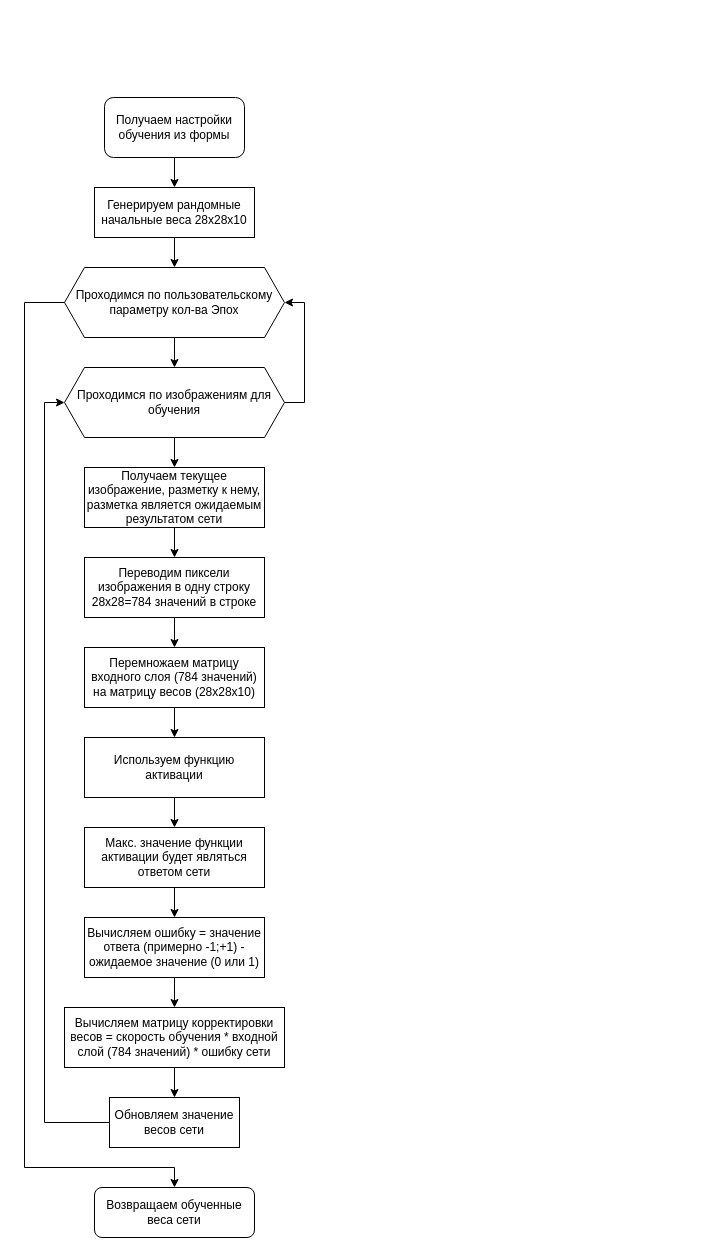
BouRHooD/mpu_224-322_intelligent_systems_design keeps this draw.io diagram as L3/_other/L3_Learn.drawio. Above is the earlier version. Source tidied: cells renumbered, new cells numbered last; positions are measured from the earlier drawing's top-left corner, leaving out a move shared by most shapes. Both pictures are drawn from the tidied source at 100%, with x=0, y=0 at pixel (24, 97).
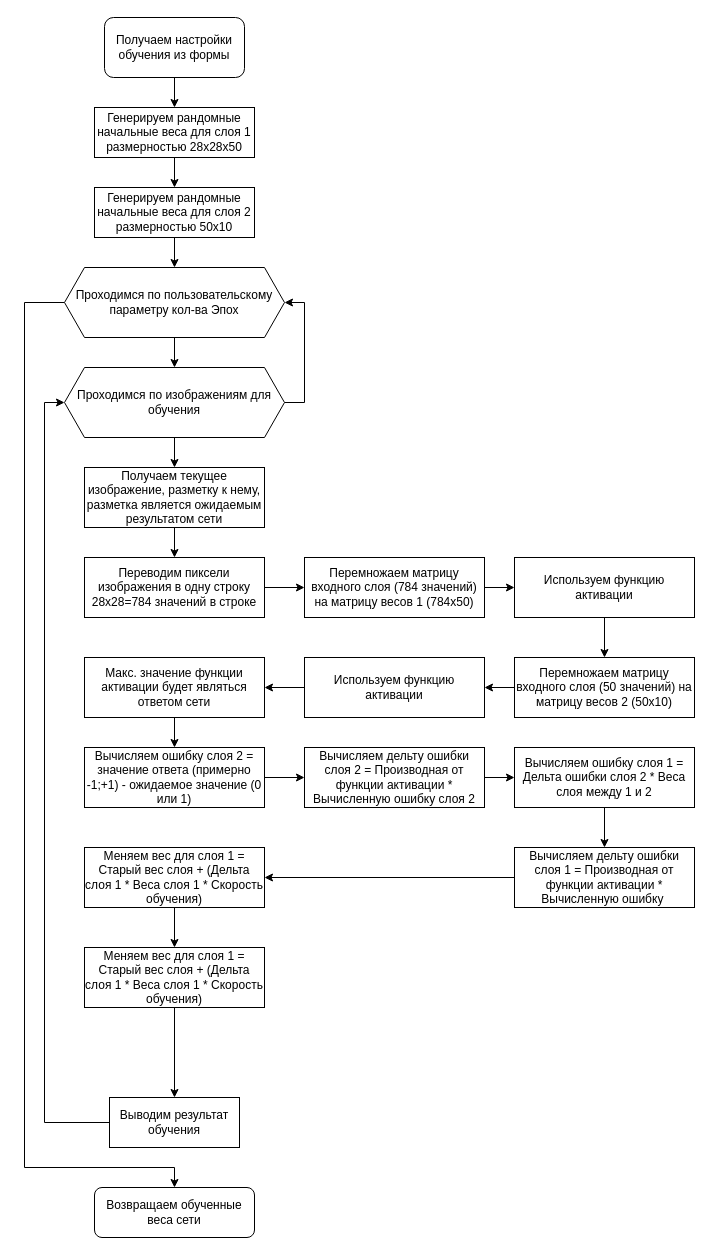
Above is the later version.

The change refers to these unchanged cells:
```xml
<mxCell id="8" value="Проходимся по пользовательскому параметру кол-ва Эпох" style="shape=hexagon;perimeter=hexagonPerimeter2;whiteSpace=wrap;html=1;fixedSize=1;" parent="1" vertex="1">
  <mxGeometry x="40" y="170" width="220" height="70" as="geometry" />
</mxCell>
<mxCell id="15" value="Переводим пиксели изображения в одну строку 28х28=784 значений в строке" style="rounded=0;whiteSpace=wrap;html=1;" parent="1" vertex="1">
  <mxGeometry x="60" y="460" width="180" height="60" as="geometry" />
</mxCell>
```

Diff of the diagram source:
```diff
@@
     <mxCell id="3" value="Получаем настройки обучения из формы" style="rounded=1;whiteSpace=wrap;html=1;" parent="1" vertex="1">
-      <mxGeometry x="80" width="140" height="60" as="geometry" />
+      <mxGeometry x="80" y="-80" width="140" height="60" as="geometry" />
     </mxCell>
-    <mxCell id="4" style="edgeStyle=orthogonalEdgeStyle;rounded=0;jettySize=auto;html=1;entryX=0.5;entryY=0;entryDx=0;entryDy=0;" parent="1" edge="1" source="5" target="8">
-      <mxGeometry relative="1" as="geometry" />
-    </mxCell>
+    <mxCell id="29" style="edgeStyle=orthogonalEdgeStyle;rounded=0;jettySize=auto;html=1;entryX=0.5;entryY=0;entryDx=0;entryDy=0;" parent="1" edge="1" source="5" target="33">
+      <mxGeometry relative="1" as="geometry" />
+    </mxCell>
-    <mxCell id="5" value="Генерируем рандомные начальные веса 28х28х10" style="rounded=0;whiteSpace=wrap;html=1;" parent="1" vertex="1">
-      <mxGeometry x="70" y="90" width="160" height="50" as="geometry" />
+    <mxCell id="5" value="Генерируем рандомные начальные веса для слоя 1 размерностью&amp;nbsp;28х28х50" style="rounded=0;whiteSpace=wrap;html=1;" parent="1" vertex="1">
+      <mxGeometry x="70" y="10" width="160" height="50" as="geometry" />
     </mxCell>
@@
-    <mxCell id="14" style="edgeStyle=orthogonalEdgeStyle;rounded=0;jettySize=auto;html=1;entryX=0.5;entryY=0;entryDx=0;entryDy=0;" parent="1" edge="1" source="15" target="17">
+    <mxCell id="14" style="edgeStyle=orthogonalEdgeStyle;rounded=0;jettySize=auto;html=1;entryX=0;entryY=0.5;entryDx=0;entryDy=0;" parent="1" edge="1" source="15" target="17">
       <mxGeometry relative="1" as="geometry" />
     </mxCell>
@@
-    <mxCell id="16" style="edgeStyle=orthogonalEdgeStyle;rounded=0;jettySize=auto;html=1;entryX=0.5;entryY=0;entryDx=0;entryDy=0;" parent="1" edge="1" source="17" target="19">
+    <mxCell id="16" style="edgeStyle=orthogonalEdgeStyle;rounded=0;jettySize=auto;html=1;exitX=1;exitY=0.5;exitDx=0;exitDy=0;entryX=0;entryY=0.5;entryDx=0;entryDy=0;" parent="1" edge="1" source="17" target="19">
       <mxGeometry relative="1" as="geometry" />
     </mxCell>
-    <mxCell id="17" value="Перемножаем матрицу входного слоя (784 значений) на матрицу весов (28х28х10)" style="rounded=0;whiteSpace=wrap;html=1;" parent="1" vertex="1">
-      <mxGeometry x="60" y="550" width="180" height="60" as="geometry" />
+    <mxCell id="17" value="Перемножаем матрицу входного слоя (784 значений) на матрицу весов 1 (784х50)" style="rounded=0;whiteSpace=wrap;html=1;" parent="1" vertex="1">
+      <mxGeometry x="280" y="460" width="180" height="60" as="geometry" />
     </mxCell>
-    <mxCell id="18" style="edgeStyle=orthogonalEdgeStyle;rounded=0;jettySize=auto;html=1;entryX=0.5;entryY=0;entryDx=0;entryDy=0;" parent="1" edge="1" source="19" target="21">
-      <mxGeometry relative="1" as="geometry" />
-    </mxCell>
+    <mxCell id="30" style="edgeStyle=orthogonalEdgeStyle;rounded=0;jettySize=auto;html=1;entryX=0.5;entryY=0;entryDx=0;entryDy=0;" parent="1" edge="1" source="19" target="35">
+      <mxGeometry relative="1" as="geometry" />
+    </mxCell>
     <mxCell id="19" value="Используем функцию активации" style="rounded=0;whiteSpace=wrap;html=1;" parent="1" vertex="1">
-      <mxGeometry x="60" y="640" width="180" height="60" as="geometry" />
+      <mxGeometry x="490" y="460" width="180" height="60" as="geometry" />
     </mxCell>
@@
     <mxCell id="21" value="Макс. значение функции активации будет являться ответом сети" style="rounded=0;whiteSpace=wrap;html=1;" parent="1" vertex="1">
-      <mxGeometry x="60" y="730" width="180" height="60" as="geometry" />
+      <mxGeometry x="60" y="560" width="180" height="60" as="geometry" />
     </mxCell>
-    <mxCell id="22" style="edgeStyle=orthogonalEdgeStyle;rounded=0;jettySize=auto;html=1;entryX=0.5;entryY=0;entryDx=0;entryDy=0;" parent="1" edge="1" source="23" target="25">
-      <mxGeometry relative="1" as="geometry" />
-    </mxCell>
+    <mxCell id="31" style="edgeStyle=orthogonalEdgeStyle;rounded=0;jettySize=auto;html=1;entryX=0;entryY=0.5;entryDx=0;entryDy=0;" parent="1" edge="1" source="23" target="39">
+      <mxGeometry relative="1" as="geometry" />
+    </mxCell>
-    <mxCell id="23" value="Вычисляем ошибку = значение ответа (примерно -1;+1) - ожидаемое значение (0 или 1)" style="rounded=0;whiteSpace=wrap;html=1;" parent="1" vertex="1">
-      <mxGeometry x="60" y="820" width="180" height="60" as="geometry" />
+    <mxCell id="23" value="Вычисляем ошибку слоя 2 = значение ответа (примерно -1;+1) - ожидаемое значение (0 или 1)" style="rounded=0;whiteSpace=wrap;html=1;" parent="1" vertex="1">
+      <mxGeometry x="60" y="650" width="180" height="60" as="geometry" />
     </mxCell>
-    <mxCell id="24" style="edgeStyle=orthogonalEdgeStyle;rounded=0;jettySize=auto;html=1;entryX=0.5;entryY=0;entryDx=0;entryDy=0;" parent="1" edge="1" source="25" target="27">
-      <mxGeometry relative="1" as="geometry" />
-    </mxCell>
-    <mxCell id="25" value="Вычисляем матрицу корректировки весов = скорость обучения * входной слой (784 значений) * ошибку сети" style="rounded=0;whiteSpace=wrap;html=1;" parent="1" vertex="1">
-      <mxGeometry x="40" y="910" width="220" height="60" as="geometry" />
-    </mxCell>
@@
-    <mxCell id="27" value="Обновляем значение весов сети" style="rounded=0;whiteSpace=wrap;html=1;" parent="1" vertex="1">
+    <mxCell id="27" value="Выводим результат обучения" style="rounded=0;whiteSpace=wrap;html=1;" parent="1" vertex="1">
       <mxGeometry x="85" y="1000" width="130" height="50" as="geometry" />
     </mxCell>
@@
+    <mxCell id="32" style="edgeStyle=orthogonalEdgeStyle;rounded=0;jettySize=auto;html=1;exitX=0.5;exitY=1;exitDx=0;exitDy=0;entryX=0.5;entryY=0;entryDx=0;entryDy=0;" parent="1" edge="1" source="33" target="8">
+      <mxGeometry relative="1" as="geometry" />
+    </mxCell>
+    <mxCell id="33" value="Генерируем рандомные начальные веса для слоя 2 размерностью 50х10" style="rounded=0;whiteSpace=wrap;html=1;" parent="1" vertex="1">
+      <mxGeometry x="70" y="90" width="160" height="50" as="geometry" />
+    </mxCell>
+    <mxCell id="34" style="edgeStyle=orthogonalEdgeStyle;rounded=0;jettySize=auto;html=1;entryX=1;entryY=0.5;entryDx=0;entryDy=0;" parent="1" edge="1" source="35" target="37">
+      <mxGeometry relative="1" as="geometry" />
+    </mxCell>
+    <mxCell id="35" value="Перемножаем матрицу входного слоя (50 значений) на матрицу весов 2 (50х10)" style="rounded=0;whiteSpace=wrap;html=1;" parent="1" vertex="1">
+      <mxGeometry x="490" y="560" width="180" height="60" as="geometry" />
+    </mxCell>
+    <mxCell id="36" style="edgeStyle=orthogonalEdgeStyle;rounded=0;jettySize=auto;html=1;entryX=1;entryY=0.5;entryDx=0;entryDy=0;" parent="1" edge="1" source="37" target="21">
+      <mxGeometry relative="1" as="geometry" />
+    </mxCell>
+    <mxCell id="37" value="Используем функцию активации" style="rounded=0;whiteSpace=wrap;html=1;" parent="1" vertex="1">
+      <mxGeometry x="280" y="560" width="180" height="60" as="geometry" />
+    </mxCell>
+    <mxCell id="38" style="edgeStyle=orthogonalEdgeStyle;rounded=0;jettySize=auto;html=1;entryX=0;entryY=0.5;entryDx=0;entryDy=0;" parent="1" edge="1" source="39" target="41">
+      <mxGeometry relative="1" as="geometry" />
+    </mxCell>
+    <mxCell id="39" value="Вычисляем дельту ошибки слоя 2 = Производная от функции активации * Вычисленную ошибку слоя 2" style="rounded=0;whiteSpace=wrap;html=1;" parent="1" vertex="1">
+      <mxGeometry x="280" y="650" width="180" height="60" as="geometry" />
+    </mxCell>
+    <mxCell id="40" style="edgeStyle=orthogonalEdgeStyle;rounded=0;jettySize=auto;html=1;entryX=0.5;entryY=0;entryDx=0;entryDy=0;" parent="1" edge="1" source="41" target="43">
+      <mxGeometry relative="1" as="geometry" />
+    </mxCell>
+    <mxCell id="41" value="Вычисляем ошибку слоя 1 = Дельта ошибки слоя 2 * Веса слоя между 1 и 2" style="rounded=0;whiteSpace=wrap;html=1;" parent="1" vertex="1">
+      <mxGeometry x="490" y="650" width="180" height="60" as="geometry" />
+    </mxCell>
+    <mxCell id="42" style="edgeStyle=orthogonalEdgeStyle;rounded=0;jettySize=auto;html=1;entryX=1;entryY=0.5;entryDx=0;entryDy=0;" parent="1" edge="1" source="43" target="45">
+      <mxGeometry relative="1" as="geometry" />
+    </mxCell>
+    <mxCell id="43" value="Вычисляем дельту ошибки слоя 1 = Производная от функции активации * Вычисленную ошибку&amp;nbsp;" style="rounded=0;whiteSpace=wrap;html=1;" parent="1" vertex="1">
+      <mxGeometry x="490" y="750" width="180" height="60" as="geometry" />
+    </mxCell>
+    <mxCell id="44" style="edgeStyle=orthogonalEdgeStyle;rounded=0;jettySize=auto;html=1;entryX=0.5;entryY=0;entryDx=0;entryDy=0;" parent="1" edge="1" source="45" target="47">
+      <mxGeometry relative="1" as="geometry" />
+    </mxCell>
+    <mxCell id="45" value="Меняем вес для слоя 1 = Старый вес слоя + (Дельта слоя 1 * Веса слоя 1 * Скорость обучения)" style="rounded=0;whiteSpace=wrap;html=1;" parent="1" vertex="1">
+      <mxGeometry x="60" y="750" width="180" height="60" as="geometry" />
+    </mxCell>
+    <mxCell id="46" style="edgeStyle=orthogonalEdgeStyle;rounded=0;jettySize=auto;html=1;entryX=0.5;entryY=0;entryDx=0;entryDy=0;" parent="1" edge="1" source="47" target="27">
+      <mxGeometry relative="1" as="geometry" />
+    </mxCell>
+    <mxCell id="47" value="Меняем вес для слоя 1 = Старый вес слоя + (Дельта слоя 1 * Веса слоя 1 * Скорость обучения)" style="rounded=0;whiteSpace=wrap;html=1;" parent="1" vertex="1">
+      <mxGeometry x="60" y="850" width="180" height="60" as="geometry" />
+    </mxCell>
```
